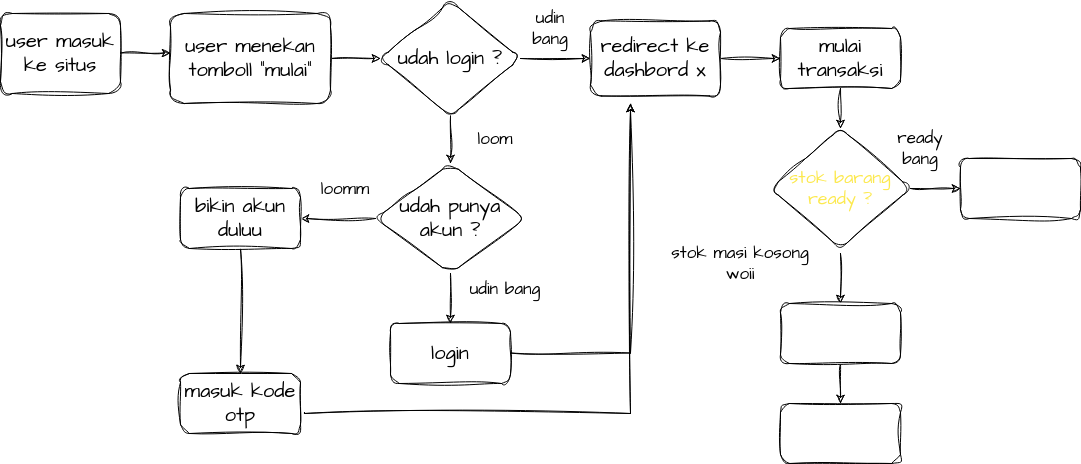
Earlier version of the draw.io export Untitled Diagram.drawio.png (Petrichor-Dev/mypos). Source tidied: cells renumbered, new cells last; positions are measured from the earlier drawing's top-left corner, leaving out a move shared by most shapes.
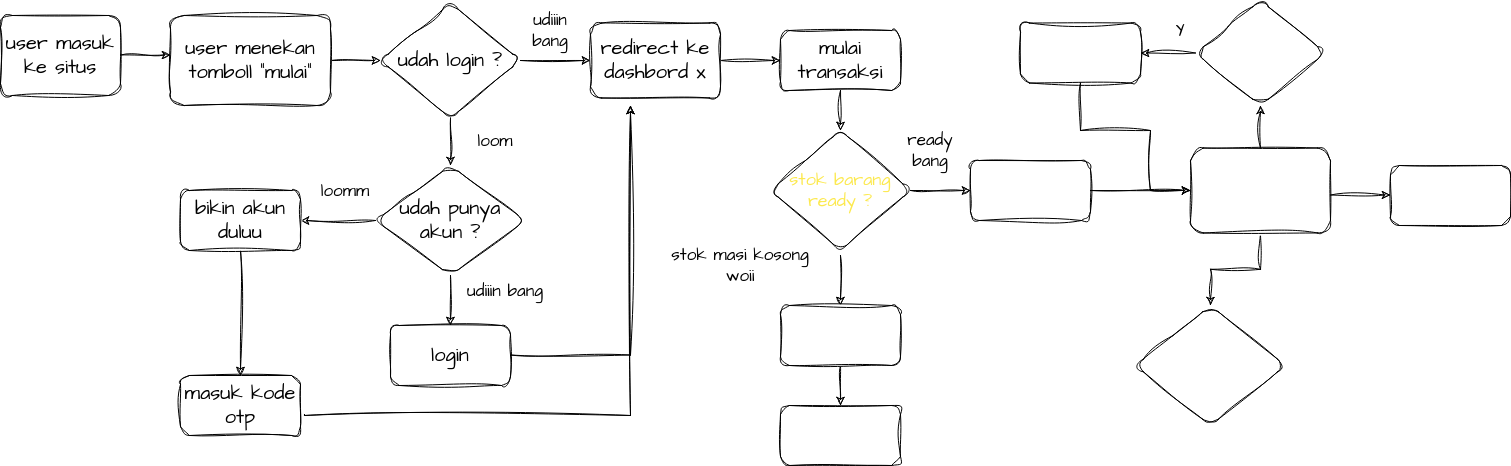
Later version of the same file.

What changed in the source:
```diff
@@ -4,12 +4,12 @@
     <mxCell id="1" parent="0" />
     <mxCell id="2" style="edgeStyle=orthogonalEdgeStyle;rounded=0;sketch=1;hachureGap=4;jiggle=2;curveFitting=1;jettySize=auto;html=1;fontFamily=Architects Daughter;fontSource=https%3A%2F%2Ffonts.googleapis.com%2Fcss%3Ffamily%3DArchitects%2BDaughter;fontSize=16;" parent="1" edge="1" target="x">
       <mxGeometry relative="1" as="geometry">
-        <mxPoint x="680" y="32" as="sourcePoint" />
+        <mxPoint x="670" y="-73" as="sourcePoint" />
       </mxGeometry>
     </mxCell>
     <mxCell id="3" style="edgeStyle=orthogonalEdgeStyle;rounded=0;sketch=1;hachureGap=4;jiggle=2;curveFitting=1;jettySize=auto;html=1;fontFamily=Architects Daughter;fontSource=https%3A%2F%2Ffonts.googleapis.com%2Fcss%3Ffamily%3DArchitects%2BDaughter;fontSize=16;" parent="1" edge="1" source="x">
       <mxGeometry relative="1" as="geometry">
-        <mxPoint x="740" y="32" as="targetPoint" />
+        <mxPoint x="730" y="-73" as="targetPoint" />
       </mxGeometry>
     </mxCell>
     <mxCell id="4" style="edgeStyle=orthogonalEdgeStyle;rounded=0;sketch=1;hachureGap=4;jiggle=2;curveFitting=1;orthogonalLoop=1;jettySize=auto;html=1;fontFamily=Architects Daughter;fontSource=https%3A%2F%2Ffonts.googleapis.com%2Fcss%3Ffamily%3DArchitects%2BDaughter;fontSize=16;" parent="1" edge="1">
@@ -59,10 +59,10 @@
         <mxPoint x="630" y="102" as="targetPoint" />
       </mxGeometry>
     </mxCell>
-    <mxCell id="18" value="udin bang" style="text;strokeColor=none;align=center;fillColor=none;html=1;verticalAlign=middle;whiteSpace=wrap;rounded=0;sketch=1;hachureGap=4;jiggle=2;curveFitting=1;fontFamily=Architects Daughter;fontSource=https%3A%2F%2Ffonts.googleapis.com%2Fcss%3Ffamily%3DArchitects%2BDaughter;fontSize=17;" parent="1" vertex="1">
+    <mxCell id="18" value="udiiin bang" style="text;strokeColor=none;align=center;fillColor=none;html=1;verticalAlign=middle;whiteSpace=wrap;rounded=0;sketch=1;hachureGap=4;jiggle=2;curveFitting=1;fontFamily=Architects Daughter;fontSource=https%3A%2F%2Ffonts.googleapis.com%2Fcss%3Ffamily%3DArchitects%2BDaughter;fontSize=17;" parent="1" vertex="1">
       <mxGeometry x="460" y="272" width="90" height="30" as="geometry" />
     </mxCell>
-    <mxCell id="19" value="udin bang" style="text;strokeColor=none;align=center;fillColor=none;html=1;verticalAlign=middle;whiteSpace=wrap;rounded=0;sketch=1;hachureGap=4;jiggle=2;curveFitting=1;fontFamily=Architects Daughter;fontSource=https%3A%2F%2Ffonts.googleapis.com%2Fcss%3Ffamily%3DArchitects%2BDaughter;fontSize=17;" parent="1" vertex="1">
+    <mxCell id="19" value="udiiin bang" style="text;strokeColor=none;align=center;fillColor=none;html=1;verticalAlign=middle;whiteSpace=wrap;rounded=0;sketch=1;hachureGap=4;jiggle=2;curveFitting=1;fontFamily=Architects Daughter;fontSource=https%3A%2F%2Ffonts.googleapis.com%2Fcss%3Ffamily%3DArchitects%2BDaughter;fontSize=17;" parent="1" vertex="1">
       <mxGeometry x="520" y="12" width="60" height="30" as="geometry" />
     </mxCell>
     <mxCell id="20" value="loomm" style="text;strokeColor=none;align=center;fillColor=none;html=1;verticalAlign=middle;whiteSpace=wrap;rounded=0;sketch=1;hachureGap=4;jiggle=2;curveFitting=1;fontFamily=Architects Daughter;fontSource=https%3A%2F%2Ffonts.googleapis.com%2Fcss%3Ffamily%3DArchitects%2BDaughter;fontSize=17;" parent="1" vertex="1">
@@ -101,8 +101,11 @@
     <mxCell id="29" value="&lt;div style=&quot;font-size: 18px;&quot;&gt;&lt;font style=&quot;font-size: 18px;&quot;&gt;stok barang &lt;br&gt;&lt;/font&gt;&lt;/div&gt;&lt;div style=&quot;font-size: 18px;&quot;&gt;&lt;font style=&quot;font-size: 18px;&quot;&gt;ready&lt;/font&gt;&lt;font style=&quot;font-size: 18px;&quot;&gt; ?&lt;/font&gt;&lt;/div&gt;" style="rhombus;whiteSpace=wrap;html=1;fontSize=14;fontFamily=Architects Daughter;rounded=1;sketch=1;curveFitting=1;jiggle=2;hachureGap=4;fontSource=https%3A%2F%2Ffonts.googleapis.com%2Fcss%3Ffamily%3DArchitects%2BDaughter;fontColor=#fce94f;align=center;verticalAlign=middle;spacing=2;" parent="1" vertex="1">
       <mxGeometry x="770" y="127" width="140" height="120" as="geometry" />
     </mxCell>
+    <mxCell id="37" style="edgeStyle=orthogonalEdgeStyle;rounded=0;sketch=1;hachureGap=4;jiggle=2;curveFitting=1;jettySize=auto;html=1;fontFamily=Architects Daughter;fontSource=https%3A%2F%2Ffonts.googleapis.com%2Fcss%3Ffamily%3DArchitects%2BDaughter;fontSize=18;fontColor=#ffffff;" parent="1" edge="1" source="30" target="40">
+      <mxGeometry relative="1" as="geometry" />
+    </mxCell>
     <mxCell id="30" value="pilih item dagangan " style="whiteSpace=wrap;html=1;fontSize=20;fontFamily=Architects Daughter;fontColor=#ffffff;rounded=1;sketch=1;curveFitting=1;jiggle=2;hachureGap=4;fontSource=https%3A%2F%2Ffonts.googleapis.com%2Fcss%3Ffamily%3DArchitects%2BDaughter;spacing=2;" parent="1" vertex="1">
-      <mxGeometry x="960" y="157" width="120" height="60" as="geometry" />
+      <mxGeometry x="970" y="157" width="120" height="60" as="geometry" />
     </mxCell>
     <mxCell id="31" style="edgeStyle=orthogonalEdgeStyle;rounded=0;sketch=1;hachureGap=4;jiggle=2;curveFitting=1;jettySize=auto;html=1;fontFamily=Architects Daughter;fontSource=https%3A%2F%2Ffonts.googleapis.com%2Fcss%3Ffamily%3DArchitects%2BDaughter;fontSize=14;fontColor=#fce94f;entryX=0.5;entryY=0;entryDx=0;entryDy=0;" parent="1" edge="1" target="33">
       <mxGeometry relative="1" as="geometry">
@@ -116,7 +119,7 @@
       <mxGeometry x="780" y="302" width="120" height="60" as="geometry" />
     </mxCell>
     <mxCell id="34" value="ready bang" style="text;strokeColor=none;align=center;fillColor=none;html=1;verticalAlign=middle;whiteSpace=wrap;rounded=0;sketch=1;hachureGap=4;jiggle=2;curveFitting=1;fontFamily=Architects Daughter;fontSource=https%3A%2F%2Ffonts.googleapis.com%2Fcss%3Ffamily%3DArchitects%2BDaughter;fontSize=17;" parent="1" vertex="1">
-      <mxGeometry x="890" y="132" width="60" height="30" as="geometry" />
+      <mxGeometry x="900" y="132" width="60" height="30" as="geometry" />
     </mxCell>
     <mxCell id="35" value="stok masi kosong woii " style="text;strokeColor=none;align=center;fillColor=none;html=1;verticalAlign=middle;whiteSpace=wrap;rounded=0;sketch=1;hachureGap=4;jiggle=2;curveFitting=1;fontFamily=Architects Daughter;fontSource=https%3A%2F%2Ffonts.googleapis.com%2Fcss%3Ffamily%3DArchitects%2BDaughter;fontSize=17;" parent="1" vertex="1">
       <mxGeometry x="670" y="247" width="140" height="30" as="geometry" />
@@ -124,5 +127,48 @@
     <mxCell id="36" style="whiteSpace=wrap;html=1;fontSize=20;fontFamily=Architects Daughter;fontColor=#ffffff;rounded=1;sketch=1;curveFitting=1;jiggle=2;hachureGap=4;fontSource=https%3A%2F%2Ffonts.googleapis.com%2Fcss%3Ffamily%3DArchitects%2BDaughter;spacing=2;" parent="1" vertex="1">
       <mxGeometry x="780" y="402" width="120" height="60" as="geometry" />
     </mxCell>
+    <mxCell id="38" style="edgeStyle=orthogonalEdgeStyle;rounded=0;sketch=1;hachureGap=4;jiggle=2;curveFitting=1;jettySize=auto;html=1;fontFamily=Architects Daughter;fontSource=https%3A%2F%2Ffonts.googleapis.com%2Fcss%3Ffamily%3DArchitects%2BDaughter;fontSize=17;fontColor=#ffffff;" parent="1" edge="1" source="40" target="42">
+      <mxGeometry relative="1" as="geometry" />
+    </mxCell>
+    <mxCell id="39" style="edgeStyle=orthogonalEdgeStyle;rounded=0;sketch=1;hachureGap=4;jiggle=2;curveFitting=1;jettySize=auto;html=1;fontFamily=Architects Daughter;fontSource=https%3A%2F%2Ffonts.googleapis.com%2Fcss%3Ffamily%3DArchitects%2BDaughter;fontSize=17;fontColor=#ffffff;" parent="1" edge="1" source="40" target="43">
+      <mxGeometry relative="1" as="geometry" />
+    </mxCell>
+    <mxCell id="40" value="ke halaman detail transaksi" style="whiteSpace=wrap;html=1;fontSize=20;fontFamily=Architects Daughter;fontColor=#ffffff;rounded=1;sketch=1;curveFitting=1;jiggle=2;hachureGap=4;fontSource=https%3A%2F%2Ffonts.googleapis.com%2Fcss%3Ffamily%3DArchitects%2BDaughter;spacing=2;" parent="1" vertex="1">
+      <mxGeometry x="1190" y="144.5" width="140" height="85" as="geometry" />
+    </mxCell>
+    <mxCell id="41" style="edgeStyle=orthogonalEdgeStyle;rounded=0;sketch=1;hachureGap=4;jiggle=2;curveFitting=1;jettySize=auto;html=1;fontFamily=Architects Daughter;fontSource=https%3A%2F%2Ffonts.googleapis.com%2Fcss%3Ffamily%3DArchitects%2BDaughter;fontSize=17;fontColor=#fce94f;" parent="1" edge="1" source="42" target="46">
+      <mxGeometry relative="1" as="geometry" />
+    </mxCell>
+    <mxCell id="42" value="&lt;div&gt;kasi &lt;br&gt;&lt;/div&gt;&lt;div&gt;diskon&lt;/div&gt;" style="rhombus;whiteSpace=wrap;html=1;fontSize=20;fontFamily=Architects Daughter;fontColor=#ffffff;rounded=1;sketch=1;curveFitting=1;jiggle=2;hachureGap=4;fontSource=https%3A%2F%2Ffonts.googleapis.com%2Fcss%3Ffamily%3DArchitects%2BDaughter;spacing=2;" parent="1" vertex="1">
+      <mxGeometry x="1195" y="-3" width="130" height="105" as="geometry" />
+    </mxCell>
+    <mxCell id="43" value="&lt;div style=&quot;font-size: 17px;&quot;&gt;&lt;font style=&quot;font-size: 17px;&quot;&gt;tambahkan &lt;br&gt;&lt;/font&gt;&lt;/div&gt;&lt;div style=&quot;font-size: 17px;&quot;&gt;&lt;font style=&quot;font-size: 17px;&quot;&gt;sebagai &lt;br&gt;&lt;/font&gt;&lt;/div&gt;&lt;div style=&quot;font-size: 17px;&quot;&gt;&lt;font style=&quot;font-size: 17px;&quot;&gt;member&lt;br&gt;&lt;/font&gt;&lt;/div&gt;" style="rhombus;whiteSpace=wrap;html=1;fontSize=20;fontFamily=Architects Daughter;fontColor=#ffffff;rounded=1;sketch=1;curveFitting=1;jiggle=2;hachureGap=4;fontSource=https%3A%2F%2Ffonts.googleapis.com%2Fcss%3Ffamily%3DArchitects%2BDaughter;spacing=2;" parent="1" vertex="1">
+      <mxGeometry x="1135" y="302" width="150" height="120" as="geometry" />
+    </mxCell>
+    <mxCell id="44" value="pembayar" style="whiteSpace=wrap;html=1;fontSize=20;fontFamily=Architects Daughter;fontColor=#ffffff;rounded=1;sketch=1;curveFitting=1;jiggle=2;hachureGap=4;fontSource=https%3A%2F%2Ffonts.googleapis.com%2Fcss%3Ffamily%3DArchitects%2BDaughter;spacing=2;" parent="1" vertex="1">
+      <mxGeometry x="1390" y="162" width="120" height="60" as="geometry" />
+    </mxCell>
+    <mxCell id="45" style="edgeStyle=orthogonalEdgeStyle;rounded=0;sketch=1;hachureGap=4;jiggle=2;curveFitting=1;jettySize=auto;html=1;fontFamily=Architects Daughter;fontSource=https%3A%2F%2Ffonts.googleapis.com%2Fcss%3Ffamily%3DArchitects%2BDaughter;fontSize=17;fontColor=#fce94f;" parent="1" edge="1" source="46">
+      <mxGeometry relative="1" as="geometry">
+        <mxPoint x="1190" y="187" as="targetPoint" />
+        <Array as="points">
+          <mxPoint x="1080" y="127" />
+          <mxPoint x="1150" y="127" />
+          <mxPoint x="1150" y="187" />
+        </Array>
+      </mxGeometry>
+    </mxCell>
+    <mxCell id="46" value="masukan diskon" style="rounded=1;whiteSpace=wrap;html=1;fontSize=20;fontFamily=Architects Daughter;fontColor=#ffffff;sketch=1;curveFitting=1;jiggle=2;hachureGap=4;fontSource=https%3A%2F%2Ffonts.googleapis.com%2Fcss%3Ffamily%3DArchitects%2BDaughter;spacing=2;" parent="1" vertex="1">
+      <mxGeometry x="1020" y="19.5" width="120" height="60" as="geometry" />
+    </mxCell>
+    <mxCell id="47" value="Y" style="text;strokeColor=none;align=center;fillColor=none;html=1;verticalAlign=middle;whiteSpace=wrap;rounded=0;sketch=1;hachureGap=4;jiggle=2;curveFitting=1;fontFamily=Architects Daughter;fontSource=https%3A%2F%2Ffonts.googleapis.com%2Fcss%3Ffamily%3DArchitects%2BDaughter;fontSize=17;" parent="1" vertex="1">
+      <mxGeometry x="1150" y="12" width="60" height="30" as="geometry" />
+    </mxCell>
+    <mxCell id="48" style="edgeStyle=orthogonalEdgeStyle;rounded=0;sketch=1;hachureGap=4;jiggle=2;curveFitting=1;orthogonalLoop=1;jettySize=auto;html=1;fontFamily=Architects Daughter;fontSource=https%3A%2F%2Ffonts.googleapis.com%2Fcss%3Ffamily%3DArchitects%2BDaughter;fontSize=17;fontColor=#fce94f;" parent="1" edge="1">
+      <mxGeometry relative="1" as="geometry">
+        <mxPoint x="1330" y="191.5" as="sourcePoint" />
+        <mxPoint x="1390" y="191.5" as="targetPoint" />
+      </mxGeometry>
+    </mxCell>
   </root>
 </mxGraphModel>
```
